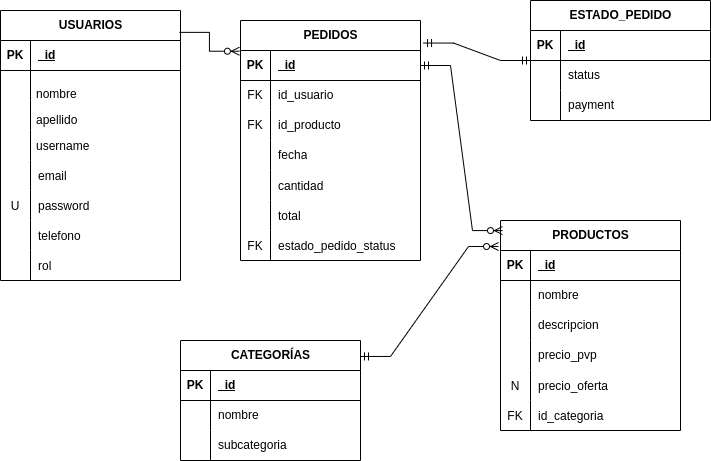
fgp4321/Ineffabile-Pizza keeps this draw.io diagram as diagramas/bd.drawio.png. Above is the earlier version. Source tidied: cells renumbered, new cells last; positions are measured from the earlier drawing's top-left corner, leaving out a move shared by most shapes.
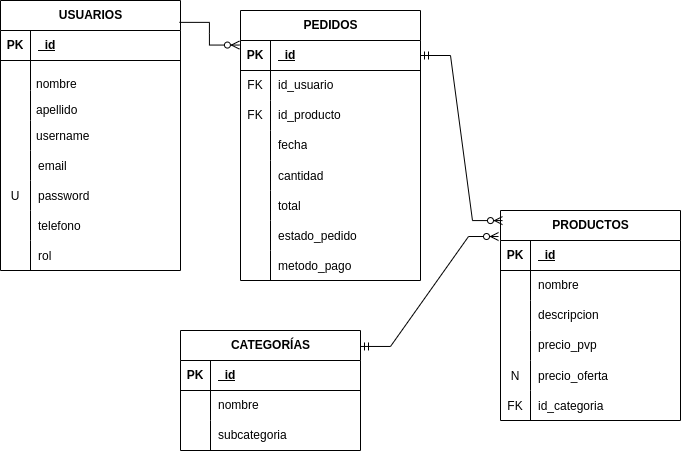
After the change.

The edit, as a diff of the source:
```diff
@@ -87,7 +87,7 @@
       <mxGeometry x="30" y="132" width="160" height="26" as="geometry" />
     </mxCell>
     <mxCell id="30" value="PEDIDOS" style="shape=table;startSize=30;rowLines=0;fontStyle=1;align=center;html=1;" parent="1" vertex="1">
-      <mxGeometry x="240" y="20" width="180" height="240" as="geometry" />
+      <mxGeometry x="240" y="20" width="180" height="270" as="geometry" />
     </mxCell>
     <mxCell id="31" style="shape=tableRow;horizontal=0;startSize=0;swimlaneHead=0;swimlaneBody=0;fillColor=none;points=[[0,0.5],[1,0.5]];portConstraint=eastwest;top=0;left=0;right=0;bottom=1;" parent="30" vertex="1">
       <mxGeometry y="30" width="180" height="30" as="geometry" />
@@ -146,12 +146,21 @@
     <mxCell id="49" style="shape=tableRow;horizontal=0;startSize=0;swimlaneHead=0;swimlaneBody=0;fillColor=none;top=0;left=0;right=0;bottom=0;" parent="30" vertex="1">
       <mxGeometry y="210" width="180" height="30" as="geometry" />
     </mxCell>
-    <mxCell id="50" value="FK" style="shape=partialRectangle;fillColor=none;top=0;left=0;bottom=0;right=0;overflow=hidden;" parent="49" vertex="1">
+    <mxCell id="50" style="shape=partialRectangle;fillColor=none;top=0;left=0;bottom=0;right=0;overflow=hidden;" parent="49" vertex="1">
       <mxGeometry width="30" height="30" as="geometry" />
     </mxCell>
-    <mxCell id="51" value="estado_pedido_status" style="shape=partialRectangle;fillColor=none;top=0;left=0;bottom=0;right=0;align=left;spacingLeft=6;overflow=hidden;" parent="49" vertex="1">
+    <mxCell id="51" value="estado_pedido" style="shape=partialRectangle;fillColor=none;top=0;left=0;bottom=0;right=0;align=left;spacingLeft=6;overflow=hidden;" parent="49" vertex="1">
       <mxGeometry x="30" width="150" height="30" as="geometry" />
     </mxCell>
+    <mxCell id="95" style="shape=tableRow;horizontal=0;startSize=0;swimlaneHead=0;swimlaneBody=0;fillColor=none;top=0;left=0;right=0;bottom=0;" parent="30" vertex="1">
+      <mxGeometry y="240" width="180" height="30" as="geometry" />
+    </mxCell>
+    <mxCell id="96" style="shape=partialRectangle;fillColor=none;top=0;left=0;bottom=0;right=0;overflow=hidden;" parent="95" vertex="1">
+      <mxGeometry width="30" height="30" as="geometry" />
+    </mxCell>
+    <mxCell id="97" value="metodo_pago" style="shape=partialRectangle;fillColor=none;top=0;left=0;bottom=0;right=0;align=left;spacingLeft=6;overflow=hidden;" parent="95" vertex="1">
+      <mxGeometry x="30" width="150" height="30" as="geometry" />
+    </mxCell>
     <mxCell id="52" value="PRODUCTOS" style="shape=table;startSize=30;rowLines=0;fontStyle=1;align=center;html=1;" parent="1" vertex="1">
       <mxGeometry x="500" y="220" width="180" height="210" as="geometry" />
     </mxCell>
@@ -209,36 +218,6 @@
     <mxCell id="70" value="id_categoria" style="shape=partialRectangle;fillColor=none;top=0;left=0;bottom=0;right=0;align=left;spacingLeft=6;overflow=hidden;" parent="68" vertex="1">
       <mxGeometry x="30" width="150" height="30" as="geometry" />
     </mxCell>
-    <mxCell id="71" value="ESTADO_PEDIDO" style="shape=table;startSize=30;rowLines=0;fontStyle=1;align=center;html=1;" parent="1" vertex="1">
-      <mxGeometry x="530" width="180" height="120" as="geometry" />
-    </mxCell>
-    <mxCell id="72" style="shape=tableRow;horizontal=0;startSize=0;swimlaneHead=0;swimlaneBody=0;fillColor=none;top=0;left=0;right=0;bottom=1;" parent="71" vertex="1">
-      <mxGeometry y="30" width="180" height="30" as="geometry" />
-    </mxCell>
-    <mxCell id="73" value="PK" style="shape=partialRectangle;fillColor=none;top=0;left=0;bottom=0;right=0;fontStyle=1;overflow=hidden;whiteSpace=wrap;html=1;" parent="72" vertex="1">
-      <mxGeometry width="30" height="30" as="geometry" />
-    </mxCell>
-    <mxCell id="74" value="_id" style="shape=partialRectangle;fillColor=none;top=0;left=0;bottom=0;right=0;align=left;spacingLeft=6;fontStyle=5;overflow=hidden;whiteSpace=wrap;html=1;" parent="72" vertex="1">
-      <mxGeometry x="30" width="150" height="30" as="geometry" />
-    </mxCell>
-    <mxCell id="75" style="shape=tableRow;horizontal=0;startSize=0;swimlaneHead=0;swimlaneBody=0;fillColor=none;top=0;left=0;right=0;bottom=0;" parent="71" vertex="1">
-      <mxGeometry y="60" width="180" height="30" as="geometry" />
-    </mxCell>
-    <mxCell id="76" style="shape=partialRectangle;fillColor=none;top=0;left=0;bottom=0;right=0;overflow=hidden;whiteSpace=wrap;html=1;" parent="75" vertex="1">
-      <mxGeometry width="30" height="30" as="geometry" />
-    </mxCell>
-    <mxCell id="77" value="status" style="shape=partialRectangle;fillColor=none;top=0;left=0;bottom=0;right=0;align=left;spacingLeft=6;overflow=hidden;whiteSpace=wrap;html=1;" parent="75" vertex="1">
-      <mxGeometry x="30" width="150" height="30" as="geometry" />
-    </mxCell>
-    <mxCell id="78" style="shape=tableRow;horizontal=0;startSize=0;swimlaneHead=0;swimlaneBody=0;fillColor=none;top=0;left=0;right=0;bottom=0;" parent="71" vertex="1">
-      <mxGeometry y="90" width="180" height="30" as="geometry" />
-    </mxCell>
-    <mxCell id="79" style="shape=partialRectangle;fillColor=none;top=0;left=0;bottom=0;right=0;overflow=hidden;whiteSpace=wrap;html=1;" parent="78" vertex="1">
-      <mxGeometry width="30" height="30" as="geometry" />
-    </mxCell>
-    <mxCell id="80" value="payment" style="shape=partialRectangle;fillColor=none;top=0;left=0;bottom=0;right=0;align=left;spacingLeft=6;overflow=hidden;whiteSpace=wrap;html=1;" parent="78" vertex="1">
-      <mxGeometry x="30" width="150" height="30" as="geometry" />
-    </mxCell>
     <mxCell id="81" value="CATEGORÍAS" style="shape=table;startSize=30;rowLines=0;fontStyle=1;align=center;html=1;" parent="1" vertex="1">
       <mxGeometry x="180" y="340" width="180" height="120" as="geometry" />
     </mxCell>
@@ -276,9 +255,6 @@
         </Array>
       </mxGeometry>
     </mxCell>
-    <mxCell id="92" style="edgeStyle=entityRelationEdgeStyle;fontSize=12;html=1;endArrow=ERmandOne;startArrow=ERmandOne;rounded=0;exitX=1.017;exitY=0.094;exitDx=0;exitDy=0;exitPerimeter=0;" parent="1" edge="1" source="30" target="71">
-      <mxGeometry relative="1" as="geometry" />
-    </mxCell>
     <mxCell id="93" style="edgeStyle=entityRelationEdgeStyle;fontSize=12;html=1;endArrow=ERzeroToMany;startArrow=ERmandOne;rounded=0;exitX=1;exitY=0.5;exitDx=0;exitDy=0;entryX=0.011;entryY=0.048;entryDx=0;entryDy=0;entryPerimeter=0;" parent="1" edge="1" source="31" target="52">
       <mxGeometry relative="1" as="geometry" />
     </mxCell>
```
